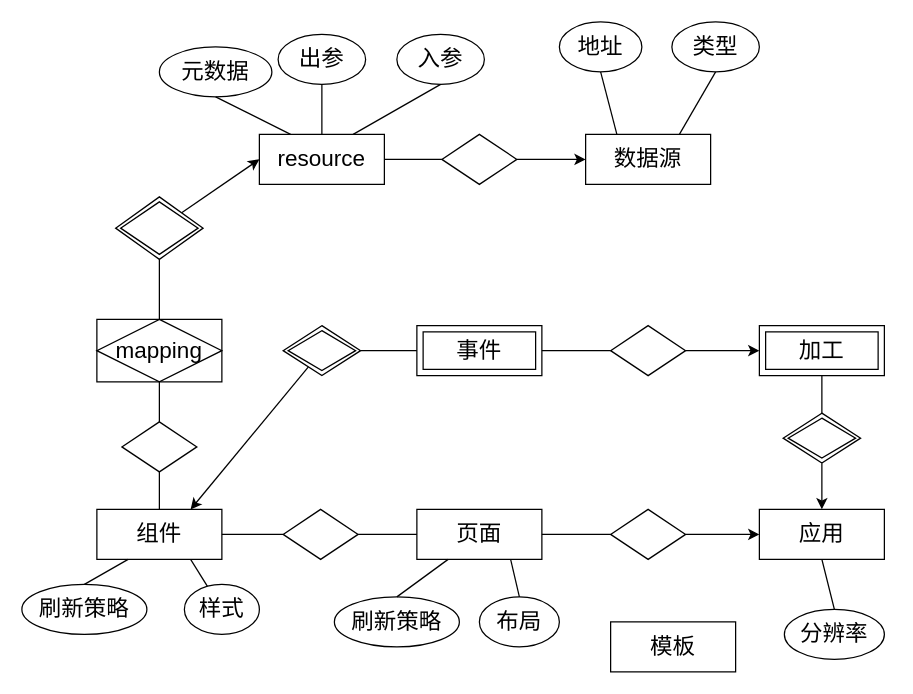
Above: Untitled Diagram.drawio in mzzzzzzc/SpringcloudConfig (draw.io), before the change. Source tidied: cells renumbered, new cells numbered last; positions are measured from the earlier drawing's top-left corner, leaving out a move shared by most shapes. Both pictures are drawn from the tidied source at 125%, with x=0, y=0 at pixel (21, 21).
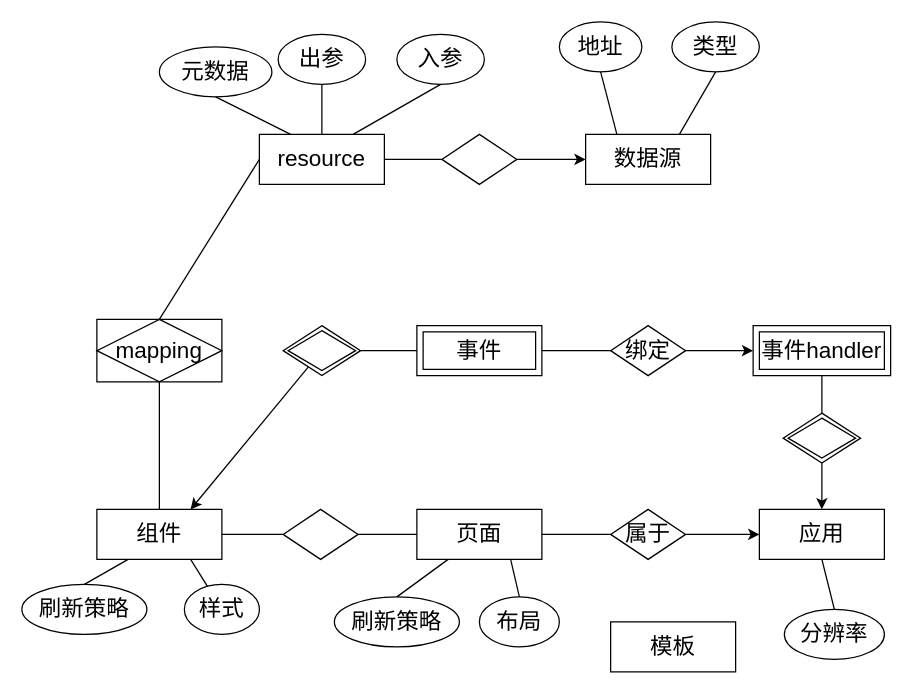
The same page after the edit.

The change refers to these unchanged cells:
```xml
<mxCell id="2" value="组件" style="whiteSpace=wrap;html=1;align=center;fontSize=18;" parent="1" vertex="1">
  <mxGeometry x="60" y="390" width="100" height="40" as="geometry" />
</mxCell>
<mxCell id="11" value="mapping" style="shape=associativeEntity;whiteSpace=wrap;html=1;align=center;fontSize=18;" parent="1" vertex="1">
  <mxGeometry x="60" y="238" width="100" height="50" as="geometry" />
</mxCell>
<mxCell id="27" value="resource" style="whiteSpace=wrap;html=1;align=center;fontSize=18;" parent="1" vertex="1">
  <mxGeometry x="190" y="90" width="100" height="40" as="geometry" />
</mxCell>
```

Change to the diagram source:
```diff
@@
-    <mxCell id="7" style="shape=rhombus;perimeter=rhombusPerimeter;whiteSpace=wrap;html=1;align=center;fontSize=18;" parent="1" vertex="1">
+    <mxCell id="7" value="属于" style="shape=rhombus;perimeter=rhombusPerimeter;whiteSpace=wrap;html=1;align=center;fontSize=18;" parent="1" vertex="1">
       <mxGeometry x="471" y="390" width="60" height="40" as="geometry" />
     </mxCell>
@@
-    <mxCell id="12" style="edgeStyle=none;rounded=0;jettySize=auto;html=1;entryX=0;entryY=0.5;entryDx=0;entryDy=0;fontSize=18;" parent="1" edge="1" source="13" target="27">
-      <mxGeometry relative="1" as="geometry" />
-    </mxCell>
-    <mxCell id="13" style="shape=rhombus;double=1;perimeter=rhombusPerimeter;whiteSpace=wrap;html=1;align=center;fontSize=18;" parent="1" vertex="1">
-      <mxGeometry x="75" y="140" width="70" height="50" as="geometry" />
-    </mxCell>
@@
-    <mxCell id="18" value="加工" style="shape=ext;margin=3;double=1;whiteSpace=wrap;html=1;align=center;fontSize=18;" parent="1" vertex="1">
-      <mxGeometry x="590" y="243" width="100" height="40" as="geometry" />
+    <mxCell id="18" value="事件handler" style="shape=ext;margin=3;double=1;whiteSpace=wrap;html=1;align=center;fontSize=18;" parent="1" vertex="1">
+      <mxGeometry x="585" y="243" width="110" height="40" as="geometry" />
     </mxCell>
@@
-    <mxCell id="20" style="shape=rhombus;perimeter=rhombusPerimeter;whiteSpace=wrap;html=1;align=center;fontSize=18;" parent="1" vertex="1">
+    <mxCell id="20" value="绑定" style="shape=rhombus;perimeter=rhombusPerimeter;whiteSpace=wrap;html=1;align=center;fontSize=18;" parent="1" vertex="1">
       <mxGeometry x="471" y="243" width="60" height="40" as="geometry" />
     </mxCell>
@@
-    <mxCell id="31" style="shape=rhombus;perimeter=rhombusPerimeter;whiteSpace=wrap;html=1;align=center;fontSize=18;" parent="1" vertex="1">
-      <mxGeometry x="80" y="320" width="60" height="40" as="geometry" />
-    </mxCell>
-    <mxCell id="32" style="endArrow=none;html=1;rounded=0;exitX=0.5;exitY=0;exitDx=0;exitDy=0;entryX=0.5;entryY=1;entryDx=0;entryDy=0;fontSize=18;" parent="1" edge="1" source="2" target="31">
+    <mxCell id="32" style="endArrow=none;html=1;rounded=0;exitX=0.5;exitY=0;exitDx=0;exitDy=0;entryX=0.5;entryY=1;entryDx=0;entryDy=0;fontSize=18;" parent="1" edge="1" source="2" target="11">
       <mxGeometry relative="1" as="geometry" />
     </mxCell>
-    <mxCell id="33" style="endArrow=none;html=1;rounded=0;entryX=0.5;entryY=0;entryDx=0;entryDy=0;exitX=0.5;exitY=1;exitDx=0;exitDy=0;fontSize=18;" parent="1" edge="1" source="11" target="31">
-      <mxGeometry relative="1" as="geometry" />
-    </mxCell>
-    <mxCell id="34" style="endArrow=none;html=1;rounded=0;entryX=0.5;entryY=0;entryDx=0;entryDy=0;exitX=0.5;exitY=1;exitDx=0;exitDy=0;fontSize=18;" parent="1" edge="1" source="13" target="11">
+    <mxCell id="34" style="endArrow=none;html=1;rounded=0;entryX=0.5;entryY=0;entryDx=0;entryDy=0;exitX=0;exitY=0.5;exitDx=0;exitDy=0;fontSize=18;" parent="1" edge="1" source="27" target="11">
       <mxGeometry relative="1" as="geometry" />
     </mxCell>
```
